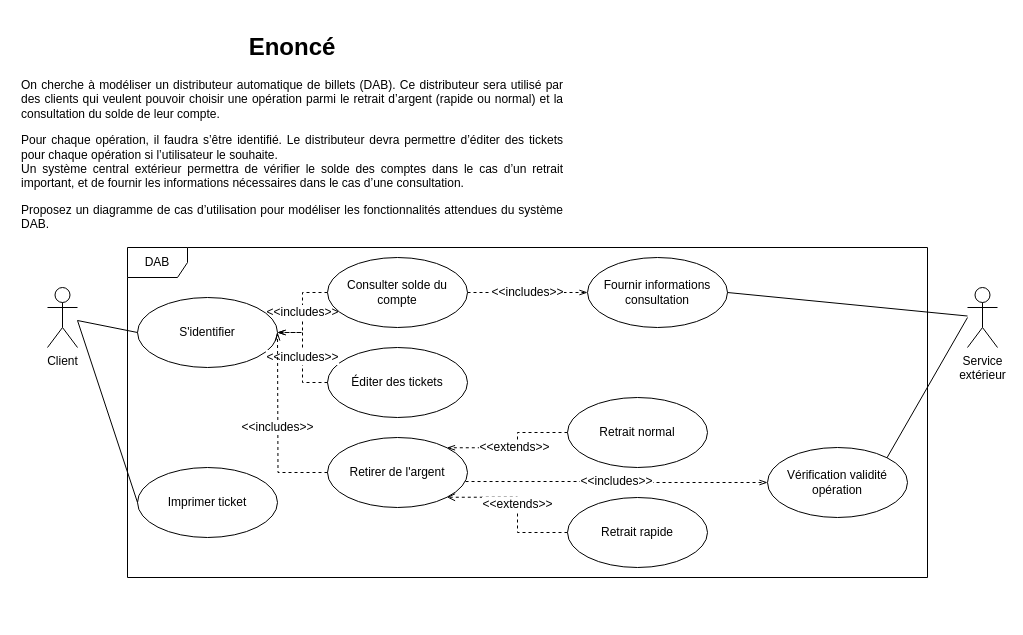
Above: exo03.drawio in valentin-cochin/cda-uml-exos (draw.io), before the change. Source tidied: cells renumbered, new cells numbered last; positions are measured from the earlier drawing's top-left corner, leaving out a move shared by most shapes. Both pictures are drawn from the tidied source at 100%, with x=0, y=0 at pixel (17, 27).
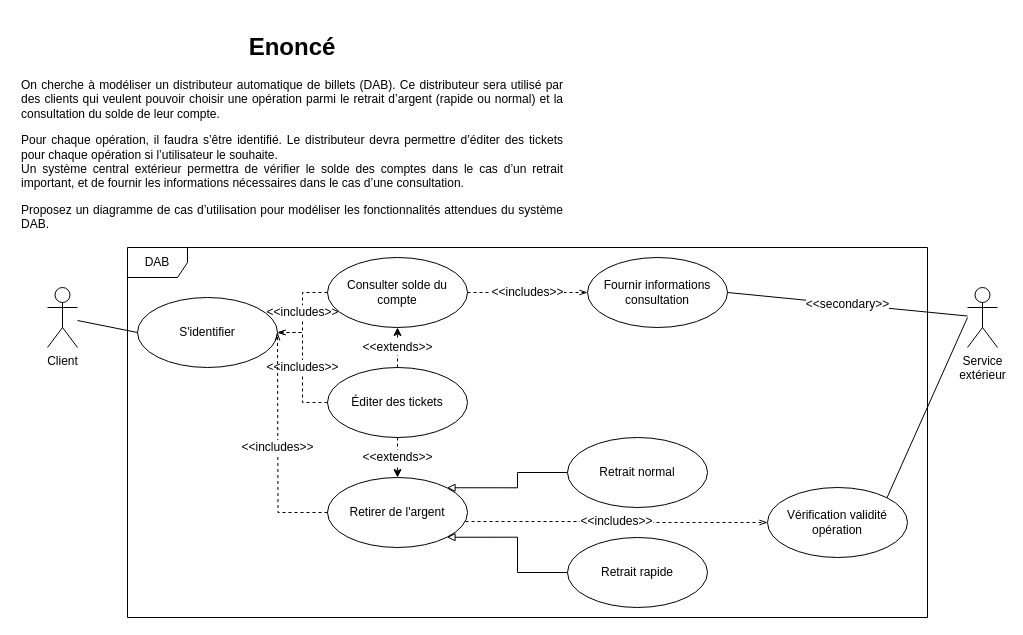
The same diagram, later.

Unchanged cells that the change refers to:
```xml
<mxCell id="6" value="Service&lt;br&gt;extérieur" style="shape=umlActor;verticalLabelPosition=bottom;verticalAlign=top;html=1;fontSize=12;align=center;" parent="1" vertex="1">
  <mxGeometry x="950" y="260" width="30" height="60" as="geometry" />
</mxCell>
<mxCell id="15" value="Consulter solde du&lt;br&gt;compte" style="ellipse;whiteSpace=wrap;html=1;fontSize=12;align=center;" parent="1" vertex="1">
  <mxGeometry x="310" y="230" width="140" height="70" as="geometry" />
</mxCell>
<mxCell id="20" value="Fournir informations&lt;br&gt;consultation" style="ellipse;whiteSpace=wrap;html=1;fontSize=12;align=center;" parent="1" vertex="1">
  <mxGeometry x="570" y="230" width="140" height="70" as="geometry" />
</mxCell>
```

What changed in the source:
```diff
@@
     <mxCell id="3" value="DAB" style="shape=umlFrame;whiteSpace=wrap;html=1;fontSize=12;align=center;" parent="1" vertex="1">
-      <mxGeometry x="110" y="220" width="800" height="330" as="geometry" />
+      <mxGeometry x="110" y="220" width="800" height="370" as="geometry" />
     </mxCell>
@@
+    <mxCell id="26" value="&amp;lt;&amp;lt;extends&amp;gt;&amp;gt;" style="edgeStyle=orthogonalEdgeStyle;rounded=0;jettySize=auto;html=1;endArrow=classic;endFill=1;fontSize=12;entryX=0.5;entryY=1;entryDx=0;entryDy=0;dashed=1;" parent="1" edge="1" source="5" target="15">
+      <mxGeometry relative="1" as="geometry" />
+    </mxCell>
+    <mxCell id="27" value="&amp;lt;&amp;lt;extends&amp;gt;&amp;gt;" style="edgeStyle=orthogonalEdgeStyle;rounded=0;jettySize=auto;html=1;dashed=1;endArrow=classic;endFill=1;fontSize=12;" parent="1" edge="1" source="5" target="7">
+      <mxGeometry relative="1" as="geometry" />
+    </mxCell>
     <mxCell id="5" value="Éditer des tickets" style="ellipse;whiteSpace=wrap;html=1;fontSize=12;align=center;" parent="1" vertex="1">
-      <mxGeometry x="310" y="320" width="140" height="70" as="geometry" />
+      <mxGeometry x="310" y="340" width="140" height="70" as="geometry" />
     </mxCell>
@@
     <mxCell id="7" value="Retirer de l'argent" style="ellipse;whiteSpace=wrap;html=1;fontSize=12;align=center;" parent="1" vertex="1">
-      <mxGeometry x="310" y="410" width="140" height="70" as="geometry" />
+      <mxGeometry x="310" y="450" width="140" height="70" as="geometry" />
     </mxCell>
-    <mxCell id="8" value="&amp;lt;&amp;lt;extends&amp;gt;&amp;gt;" style="edgeStyle=orthogonalEdgeStyle;rounded=0;jettySize=auto;html=1;endArrow=open;endFill=0;fontSize=12;entryX=1;entryY=1;entryDx=0;entryDy=0;dashed=1;" parent="1" edge="1" source="9" target="7">
+    <mxCell id="8" style="edgeStyle=orthogonalEdgeStyle;rounded=0;jettySize=auto;html=1;endArrow=block;endFill=0;fontSize=12;entryX=1;entryY=1;entryDx=0;entryDy=0;" parent="1" edge="1" source="9" target="7">
       <mxGeometry relative="1" as="geometry" />
     </mxCell>
     <mxCell id="9" value="Retrait rapide" style="ellipse;whiteSpace=wrap;html=1;fontSize=12;align=center;" parent="1" vertex="1">
-      <mxGeometry x="550" y="470" width="140" height="70" as="geometry" />
+      <mxGeometry x="550" y="510" width="140" height="70" as="geometry" />
     </mxCell>
-    <mxCell id="10" value="&amp;lt;&amp;lt;extends&amp;gt;&amp;gt;" style="edgeStyle=orthogonalEdgeStyle;rounded=0;jettySize=auto;html=1;endArrow=openThin;endFill=0;fontSize=12;entryX=1;entryY=0;entryDx=0;entryDy=0;dashed=1;" parent="1" edge="1" source="12" target="7">
+    <mxCell id="10" style="edgeStyle=orthogonalEdgeStyle;rounded=0;jettySize=auto;html=1;endArrow=block;endFill=0;fontSize=12;entryX=1;entryY=0;entryDx=0;entryDy=0;" parent="1" edge="1" source="12" target="7">
       <mxGeometry relative="1" as="geometry" />
     </mxCell>
@@
     <mxCell id="12" value="Retrait normal" style="ellipse;whiteSpace=wrap;html=1;fontSize=12;align=center;" parent="1" vertex="1">
-      <mxGeometry x="550" y="370" width="140" height="70" as="geometry" />
+      <mxGeometry x="550" y="410" width="140" height="70" as="geometry" />
     </mxCell>
@@
     <mxCell id="19" value="Vérification validité&lt;br&gt;opération" style="ellipse;whiteSpace=wrap;html=1;fontSize=12;align=center;" parent="1" vertex="1">
-      <mxGeometry x="750" y="420" width="140" height="70" as="geometry" />
+      <mxGeometry x="750" y="460" width="140" height="70" as="geometry" />
     </mxCell>
@@
-    <mxCell id="22" style="endArrow=none;html=1;fontSize=12;exitX=1;exitY=0.5;exitDx=0;exitDy=0;" parent="1" edge="1" source="20" target="6">
+    <mxCell id="22" value="&amp;lt;&amp;lt;secondary&amp;gt;&amp;gt;" style="endArrow=none;html=1;fontSize=12;exitX=1;exitY=0.5;exitDx=0;exitDy=0;" parent="1" edge="1" source="20" target="6">
       <mxGeometry relative="1" as="geometry" />
     </mxCell>
@@
-    <mxCell id="24" value="Imprimer ticket" style="ellipse;whiteSpace=wrap;html=1;fontSize=12;align=center;" parent="1" vertex="1">
-      <mxGeometry x="120" y="440" width="140" height="70" as="geometry" />
-    </mxCell>
-    <mxCell id="25" style="endArrow=none;html=1;fontSize=12;exitX=0;exitY=0.5;exitDx=0;exitDy=0;" parent="1" edge="1" source="24">
-      <mxGeometry relative="1" as="geometry">
-        <mxPoint x="60" y="293" as="targetPoint" />
-      </mxGeometry>
-    </mxCell>
```
